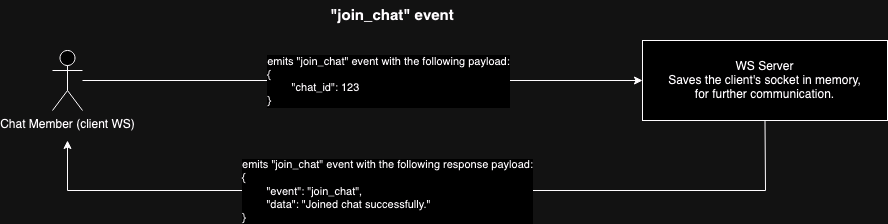
Above: assets/ws-diagrams/messages/join_chat.event.png in KR1470R/artos-messenger (draw.io), before the change. Source tidied: cells renumbered, new cells last; positions are measured from the earlier drawing's top-left corner, leaving out a move shared by most shapes.
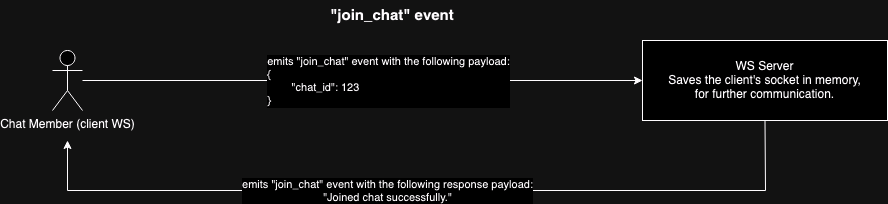
Above is the later version.

Diff of the diagram source:
```diff
@@ -25,7 +25,7 @@
         </Array>
       </mxGeometry>
     </mxCell>
-    <mxCell id="7" value="&lt;div&gt;emits &quot;join_chat&quot; event with the following response payload:&lt;/div&gt;&lt;div align=&quot;left&quot;&gt;{&lt;/div&gt;&lt;div align=&quot;left&quot;&gt;&lt;span style=&quot;white-space: pre;&quot;&gt;&#9;&lt;/span&gt;&quot;event&quot;: &quot;join_chat&quot;,&lt;/div&gt;&lt;div align=&quot;left&quot;&gt;&lt;span style=&quot;white-space: pre;&quot;&gt;&#9;&lt;/span&gt;&quot;data&quot;: &quot;Joined chat successfully.&quot;&lt;/div&gt;&lt;div align=&quot;left&quot;&gt;}&lt;br&gt;&lt;/div&gt;" style="edgeLabel;html=1;align=center;verticalAlign=middle;" parent="6" vertex="1">
+    <mxCell id="7" value="&lt;div&gt;emits &quot;join_chat&quot; event with the following response payload:&lt;/div&gt;&quot;Joined chat successfully.&quot;" style="edgeLabel;html=1;align=center;verticalAlign=middle;" parent="6" vertex="1">
       <mxGeometry x="0.13" relative="1" as="geometry">
         <mxPoint x="14" as="offset" />
       </mxGeometry>
```
